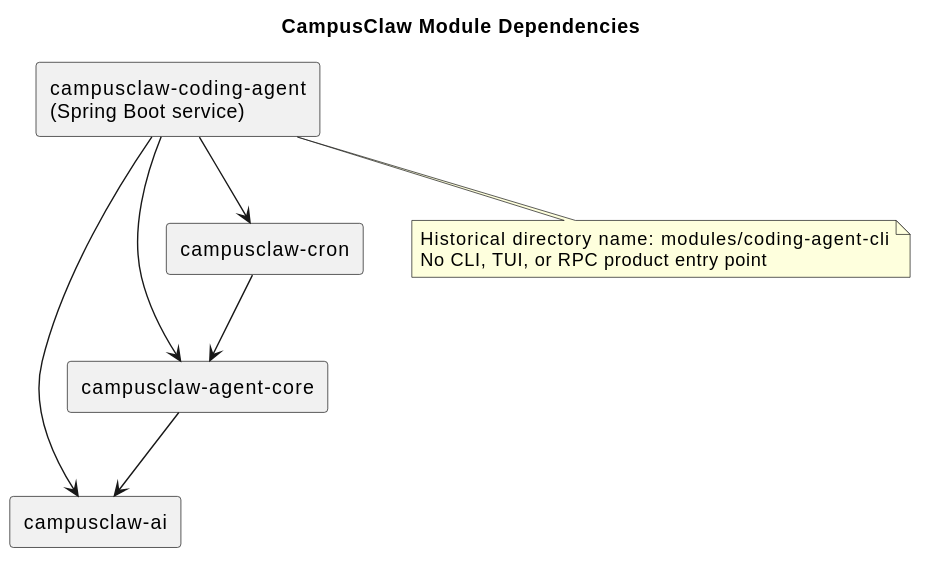
This is docs/module-architecture/module_dependencies.svg from 2862282695gjh-afk/pi-mono-java, a PlantUML export, as it was before one commit. Source of this version:
```plantuml
@startuml
title CampusClaw Module Dependencies

skinparam componentStyle rectangle
skinparam shadowing false

component "campusclaw-ai" as AI
component "campusclaw-agent-core" as Core
component "campusclaw-cron" as Cron
component "campusclaw-coding-agent\n(Spring Boot service)" as App

Core --> AI
Cron --> Core
App --> AI
App --> Core
App --> Cron

note bottom of App
Historical directory name: modules/coding-agent-cli
No CLI, TUI, or RPC product entry point
end note
@enduml
```
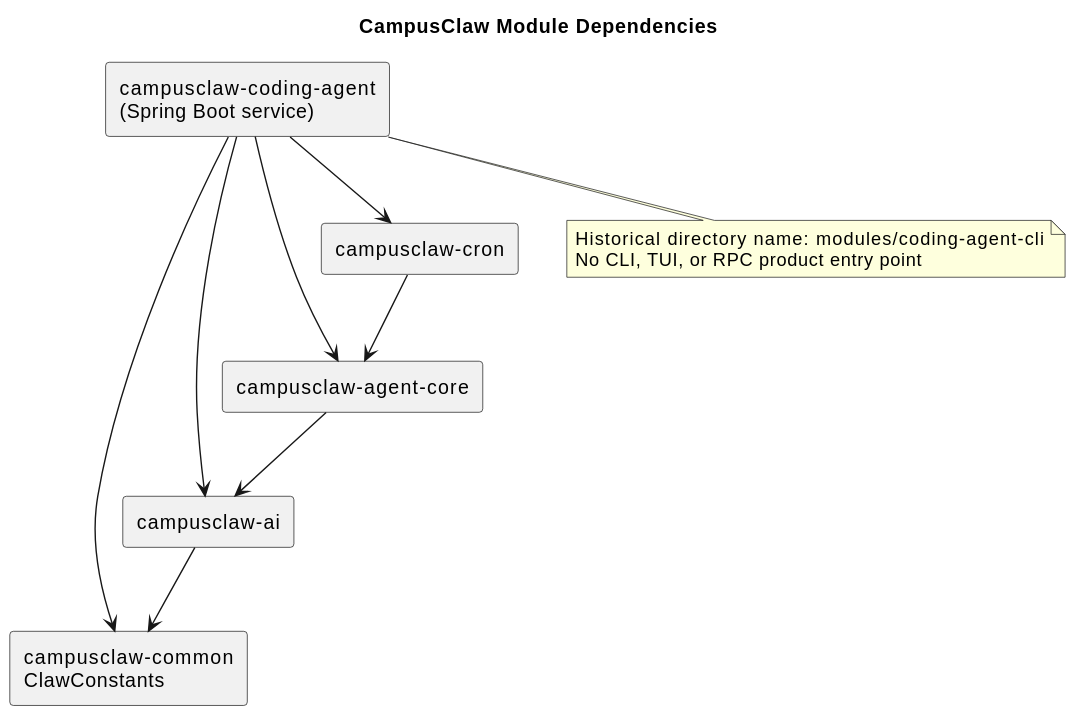
Above is the later version.

Diff of the diagram source:
```diff
@@ -4,11 +4,14 @@
 skinparam componentStyle rectangle
 skinparam shadowing false
 
+component "campusclaw-common\nClawConstants" as Common
 component "campusclaw-ai" as AI
 component "campusclaw-agent-core" as Core
 component "campusclaw-cron" as Cron
 component "campusclaw-coding-agent\n(Spring Boot service)" as App
 
+AI --> Common
+App --> Common
 Core --> AI
 Cron --> Core
 App --> AI
```
